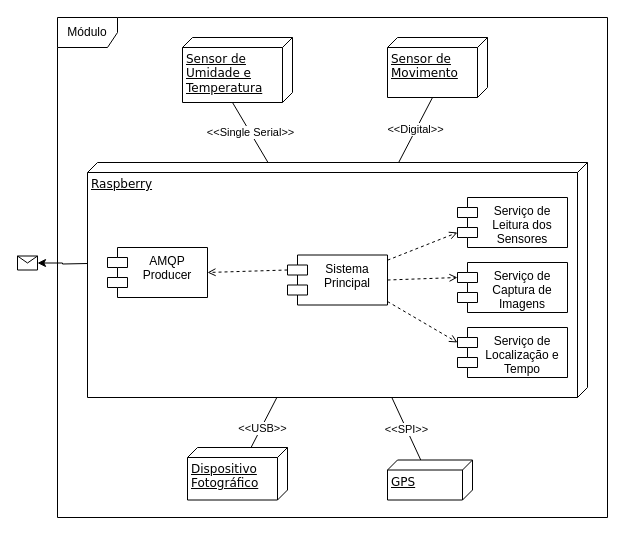
Before: schemas/arquitetura-modulo.drawio in Smart-AniMon/docs, a draw.io diagram. Source tidied: cells renumbered, new cells numbered last; positions are measured from the earlier drawing's top-left corner, leaving out a move shared by most shapes. Both pictures are drawn from the tidied source at 100%, with x=0, y=0 at pixel (17, 17).
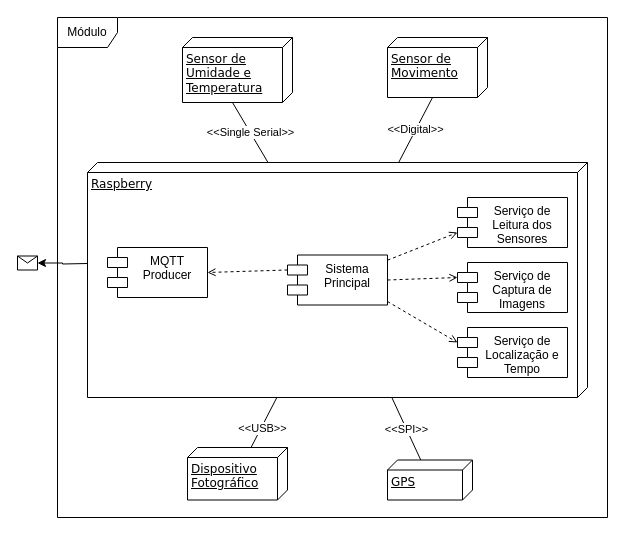
The same page after the edit.

Change to the diagram source:
```diff
@@
-    <mxCell id="21" value="AMQP&#10;Producer&#10;" style="shape=module;align=left;spacingLeft=20;align=center;verticalAlign=top;" parent="1" vertex="1">
+    <mxCell id="21" value="MQTT&#10;Producer&#10;" style="shape=module;align=left;spacingLeft=20;align=center;verticalAlign=top;" parent="1" vertex="1">
       <mxGeometry x="90" y="230" width="100" height="50" as="geometry" />
     </mxCell>
```
